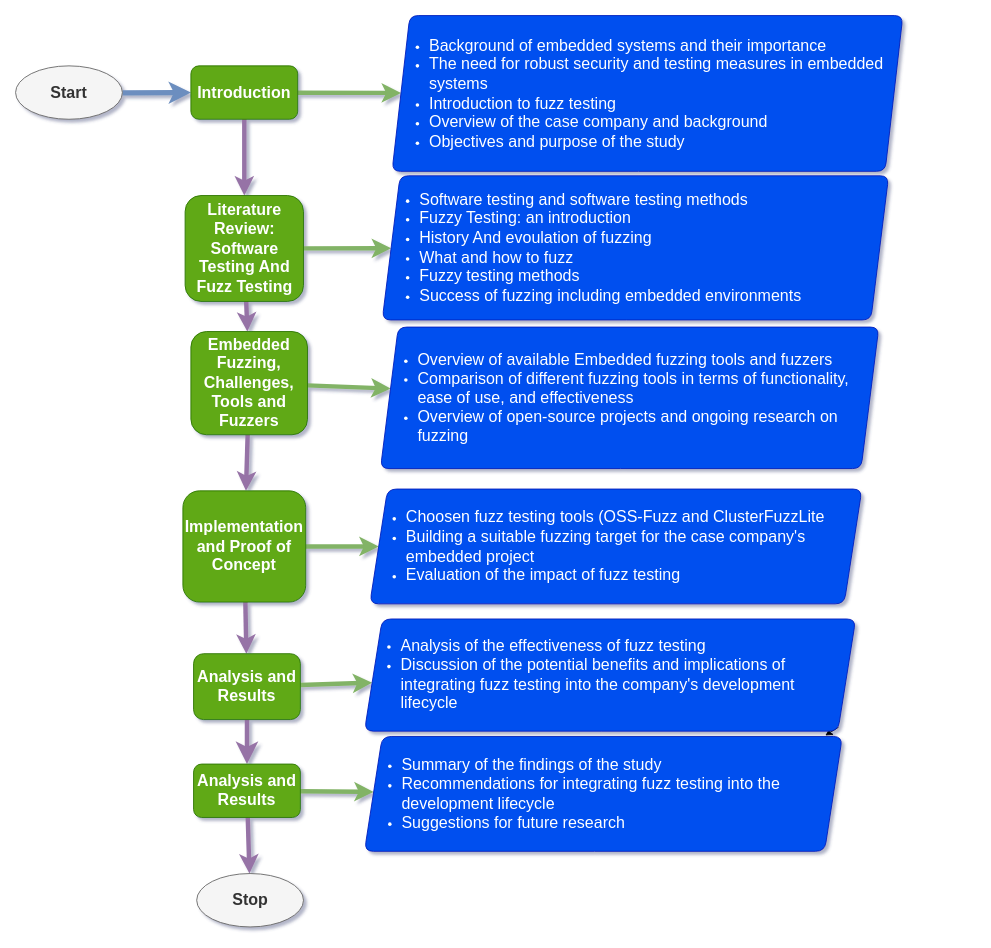
007bsd/metropolia-thesis-latex keeps this draw.io diagram as drawio/thesis_structure.drawio. Above is the earlier version. Source tidied: cells renumbered, new cells numbered last; positions are measured from the earlier drawing's top-left corner, leaving out a move shared by most shapes. Both pictures are drawn from the tidied source at 89%, with x=0, y=0 at pixel (15, 15).
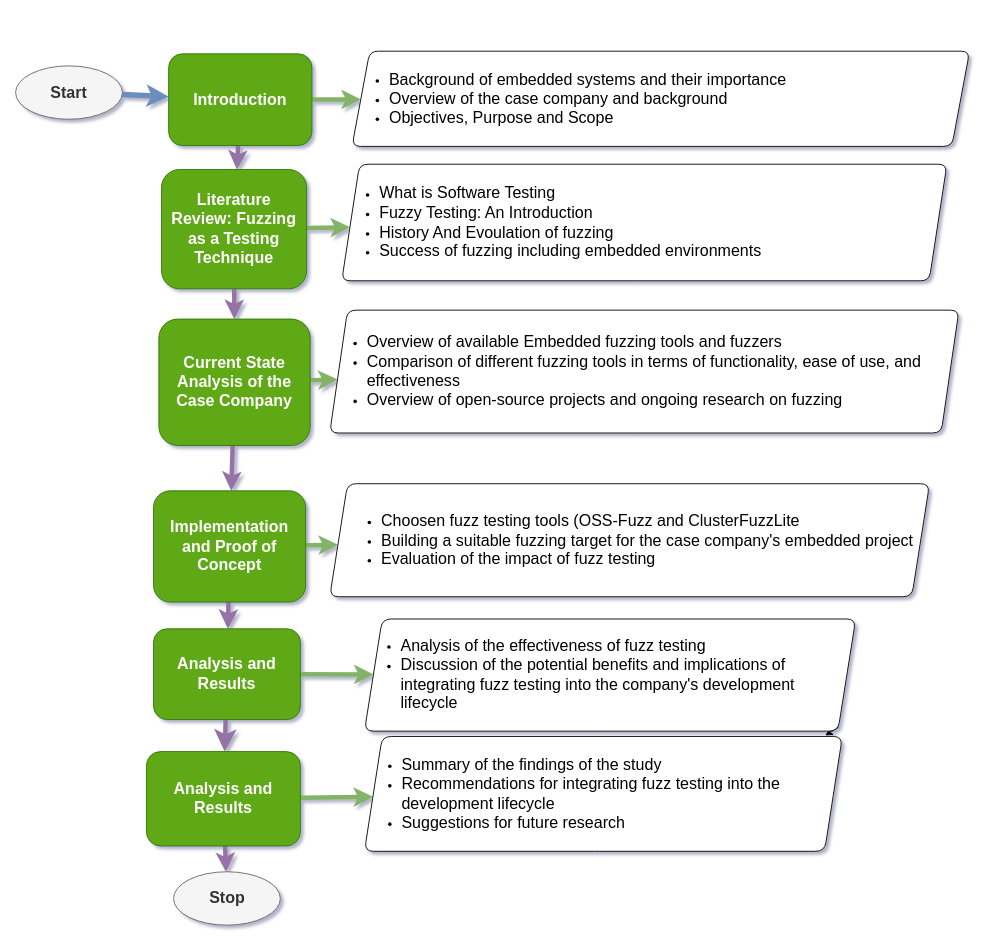
After the change.

What changed in the source:
```diff
@@
     <mxCell id="6" value="&lt;h4&gt;&lt;font style=&quot;font-size: 18px;&quot;&gt;Introduction&lt;/font&gt;&lt;/h4&gt;" style="rounded=1;whiteSpace=wrap;html=1;fillColor=#60a917;strokeColor=#2D7600;fontColor=#ffffff;" parent="1" vertex="1">
-      <mxGeometry x="197" y="56.5" width="120" height="60" as="geometry" />
+      <mxGeometry x="172" y="43" width="161" height="103" as="geometry" />
     </mxCell>
-    <mxCell id="7" value="&lt;ul&gt;&lt;li&gt;&lt;font style=&quot;font-size: 18px;&quot;&gt;Background of embedded systems and their importance&lt;br&gt;&lt;/font&gt;&lt;/li&gt;&lt;li&gt;&lt;font style=&quot;font-size: 18px;&quot;&gt;The need for robust security and testing measures in embedded systems&lt;br&gt;&lt;/font&gt;&lt;/li&gt;&lt;li&gt;&lt;font style=&quot;font-size: 18px;&quot;&gt;Introduction to fuzz testing&lt;br&gt;&lt;/font&gt;&lt;/li&gt;&lt;li&gt;&lt;font style=&quot;font-size: 18px;&quot;&gt;Overview of the case company and background&lt;br&gt;&lt;/font&gt;&lt;/li&gt;&lt;li&gt;&lt;font style=&quot;font-size: 18px;&quot;&gt;Objectives and purpose of the study&lt;/font&gt;&lt;br&gt;&lt;/li&gt;&lt;/ul&gt;" style="shape=parallelogram;perimeter=parallelogramPerimeter;whiteSpace=wrap;html=1;fixedSize=1;rounded=1;fontFamily=Helvetica;fontSize=14;align=left;arcSize=19;fillColor=#0050ef;fontColor=#ffffff;strokeColor=#001DBC;" parent="1" vertex="1">
-      <mxGeometry x="423" width="574" height="175" as="geometry" />
+    <mxCell id="7" value="&lt;ul&gt;&lt;li&gt;&lt;font style=&quot;font-size: 18px;&quot;&gt;Background of embedded systems and their importance&lt;/font&gt;&lt;/li&gt;&lt;li&gt;&lt;font style=&quot;font-size: 18px;&quot;&gt;Overview of the case company and background&lt;br&gt;&lt;/font&gt;&lt;/li&gt;&lt;li&gt;&lt;font style=&quot;font-size: 18px;&quot;&gt;Objectives, Purpose and Scope&lt;/font&gt;&lt;br&gt;&lt;/li&gt;&lt;/ul&gt;" style="shape=parallelogram;perimeter=parallelogramPerimeter;whiteSpace=wrap;html=1;fixedSize=1;rounded=1;fontFamily=Helvetica;fontSize=14;align=left;arcSize=19;shadow=0;" parent="1" vertex="1">
+      <mxGeometry x="378" y="40" width="694" height="107" as="geometry" />
     </mxCell>
@@
-    <mxCell id="10" value="&lt;h4&gt;&lt;font style=&quot;font-size: 18px;&quot;&gt;Literature Review: Software Testing And Fuzz Testing&lt;/font&gt;&lt;/h4&gt;" style="whiteSpace=wrap;html=1;rounded=1;fontFamily=Helvetica;fontSize=14;fillColor=#60a917;fontColor=#ffffff;strokeColor=#2D7600;" parent="1" vertex="1">
-      <mxGeometry x="190.5" y="202.2" width="133" height="119" as="geometry" />
+    <mxCell id="10" value="&lt;h4&gt;&lt;font style=&quot;font-size: 18px;&quot;&gt;Literature Review:&amp;nbsp;Fuzzing as a Testing Technique&lt;/font&gt;&lt;/h4&gt;" style="whiteSpace=wrap;html=1;rounded=1;fontFamily=Helvetica;fontSize=14;fillColor=#60a917;fontColor=#ffffff;strokeColor=#2D7600;" parent="1" vertex="1">
+      <mxGeometry x="164" y="173" width="163" height="134" as="geometry" />
     </mxCell>
-    <mxCell id="11" value="&lt;ul&gt;&lt;li&gt;&lt;font style=&quot;font-size: 18px;&quot;&gt;Software testing and software testing methods&lt;br&gt;&lt;/font&gt;&lt;/li&gt;&lt;li&gt;&lt;font style=&quot;font-size: 18px;&quot;&gt;Fuzzy Testing: an introduction&lt;/font&gt;&lt;/li&gt;&lt;li&gt;&lt;font style=&quot;font-size: 18px;&quot;&gt;History And evoulation of fuzzing&lt;/font&gt;&lt;/li&gt;&lt;li&gt;&lt;font style=&quot;font-size: 18px;&quot;&gt;What and how to fuzz&lt;br&gt;&lt;/font&gt;&lt;/li&gt;&lt;li&gt;&lt;font style=&quot;font-size: 18px;&quot;&gt;Fuzzy testing methods&lt;/font&gt;&lt;/li&gt;&lt;li&gt;&lt;font style=&quot;font-size: 18px;&quot;&gt;Success of fuzzing including embedded environments&lt;/font&gt;&lt;/li&gt;&lt;/ul&gt;" style="shape=parallelogram;perimeter=parallelogramPerimeter;whiteSpace=wrap;html=1;fixedSize=1;rounded=1;fontFamily=Helvetica;fontSize=14;align=left;arcSize=19;fillColor=#0050ef;fontColor=#ffffff;strokeColor=#001DBC;" parent="1" vertex="1">
-      <mxGeometry x="412" y="180" width="569" height="162" as="geometry" />
+    <mxCell id="11" value="&lt;ul&gt;&lt;li&gt;&lt;font style=&quot;font-size: 18px;&quot;&gt;What is Software Testing&lt;br&gt;&lt;/font&gt;&lt;/li&gt;&lt;li&gt;&lt;font style=&quot;font-size: 18px;&quot;&gt;Fuzzy Testing: An Introduction&lt;/font&gt;&lt;/li&gt;&lt;li&gt;&lt;font style=&quot;font-size: 18px;&quot;&gt;History And Evoulation of fuzzing&lt;/font&gt;&lt;/li&gt;&lt;li&gt;&lt;span style=&quot;font-size: 18px; background-color: initial;&quot;&gt;Success of fuzzing including embedded environments&lt;/span&gt;&lt;br&gt;&lt;/li&gt;&lt;/ul&gt;" style="shape=parallelogram;perimeter=parallelogramPerimeter;whiteSpace=wrap;html=1;fixedSize=1;rounded=1;fontFamily=Helvetica;fontSize=14;align=left;arcSize=19;" parent="1" vertex="1">
+      <mxGeometry x="366.5" y="167" width="680" height="131" as="geometry" />
     </mxCell>
@@
-    <mxCell id="14" value="&lt;h3&gt;&lt;font style=&quot;font-size: 18px;&quot;&gt;Embedded Fuzzing, Challenges, Tools and Fuzzers&lt;/font&gt;&lt;/h3&gt;" style="whiteSpace=wrap;html=1;fontSize=14;rounded=1;fontFamily=Helvetica;fillColor=#60a917;fontColor=#ffffff;strokeColor=#2D7600;" parent="1" vertex="1">
-      <mxGeometry x="197" y="355" width="131" height="116" as="geometry" />
+    <mxCell id="14" value="&lt;h3&gt;&lt;font style=&quot;font-size: 18px;&quot;&gt;Current State Analysis of the Case Company&lt;/font&gt;&lt;/h3&gt;" style="whiteSpace=wrap;html=1;fontSize=14;rounded=1;fontFamily=Helvetica;fillColor=#60a917;fontColor=#ffffff;strokeColor=#2D7600;" parent="1" vertex="1">
+      <mxGeometry x="161" y="341" width="170" height="142" as="geometry" />
     </mxCell>
-    <mxCell id="15" value="&lt;ul&gt;&lt;li&gt;&lt;font style=&quot;font-size: 18px;&quot;&gt;Overview of available Embedded fuzzing tools and fuzzers&lt;br&gt;&lt;/font&gt;&lt;/li&gt;&lt;li&gt;&lt;font style=&quot;font-size: 18px;&quot;&gt;Comparison of different fuzzing tools in terms of functionality, ease of use, and effectiveness&lt;br&gt;&lt;/font&gt;&lt;/li&gt;&lt;li&gt;&lt;font style=&quot;font-size: 18px;&quot;&gt;Overview of open-source projects and ongoing research on fuzzing&lt;/font&gt;&lt;br&gt;&lt;/li&gt;&lt;/ul&gt;" style="shape=parallelogram;perimeter=parallelogramPerimeter;whiteSpace=wrap;html=1;fixedSize=1;rounded=1;fontFamily=Helvetica;fontSize=14;align=left;arcSize=19;fillColor=#0050ef;fontColor=#ffffff;strokeColor=#001DBC;" parent="1" vertex="1">
-      <mxGeometry x="410" y="350" width="560" height="159" as="geometry" />
+    <mxCell id="15" value="&lt;ul&gt;&lt;li&gt;&lt;font style=&quot;font-size: 18px;&quot;&gt;Overview of available Embedded fuzzing tools and fuzzers&lt;br&gt;&lt;/font&gt;&lt;/li&gt;&lt;li&gt;&lt;font style=&quot;font-size: 18px;&quot;&gt;Comparison of different fuzzing tools in terms of functionality, ease of use, and effectiveness&lt;br&gt;&lt;/font&gt;&lt;/li&gt;&lt;li&gt;&lt;font style=&quot;font-size: 18px;&quot;&gt;Overview of open-source projects and ongoing research on fuzzing&lt;/font&gt;&lt;br&gt;&lt;/li&gt;&lt;/ul&gt;" style="shape=parallelogram;perimeter=parallelogramPerimeter;whiteSpace=wrap;html=1;fixedSize=1;rounded=1;fontFamily=Helvetica;fontSize=14;align=left;arcSize=19;" parent="1" vertex="1">
+      <mxGeometry x="353" y="331" width="707" height="138" as="geometry" />
     </mxCell>
@@
     <mxCell id="18" value="&lt;h3&gt;&lt;font style=&quot;font-size: 18px;&quot;&gt;Implementation and Proof of Concept&lt;/font&gt;&lt;/h3&gt;" style="whiteSpace=wrap;html=1;fontSize=14;rounded=1;fillColor=#60a917;fontColor=#ffffff;strokeColor=#2D7600;" parent="1" vertex="1">
-      <mxGeometry x="188" y="534" width="138" height="125" as="geometry" />
+      <mxGeometry x="155" y="534" width="171" height="125" as="geometry" />
     </mxCell>
-    <mxCell id="19" value="&lt;ul style=&quot;text-align: left;&quot;&gt;&lt;li&gt;&lt;font style=&quot;font-size: 18px;&quot;&gt;Choosen fuzz testing tools (OSS-Fuzz and&amp;nbsp;ClusterFuzzLite&lt;/font&gt;&lt;/li&gt;&lt;li&gt;&lt;font style=&quot;font-size: 18px;&quot;&gt;Building a suitable fuzzing target for the case company's embedded project&lt;br&gt;&lt;/font&gt;&lt;/li&gt;&lt;li&gt;&lt;font style=&quot;font-size: 18px;&quot;&gt;Evaluation of the impact of fuzz testing&lt;/font&gt;&lt;/li&gt;&lt;/ul&gt;" style="shape=parallelogram;perimeter=parallelogramPerimeter;whiteSpace=wrap;html=1;fixedSize=1;fontSize=14;rounded=1;fontFamily=Helvetica;fillColor=#0050ef;fontColor=#ffffff;strokeColor=#001DBC;" parent="1" vertex="1">
-      <mxGeometry x="398" y="532" width="553" height="129" as="geometry" />
+    <mxCell id="19" value="&lt;ul style=&quot;text-align: left;&quot;&gt;&lt;li&gt;&lt;font style=&quot;font-size: 18px;&quot;&gt;Choosen fuzz testing tools (OSS-Fuzz and&amp;nbsp;ClusterFuzzLite&lt;/font&gt;&lt;/li&gt;&lt;li&gt;&lt;font style=&quot;font-size: 18px;&quot;&gt;Building a suitable fuzzing target for the case company's embedded project&lt;br&gt;&lt;/font&gt;&lt;/li&gt;&lt;li&gt;&lt;font style=&quot;font-size: 18px;&quot;&gt;Evaluation of the impact of fuzz testing&lt;/font&gt;&lt;/li&gt;&lt;/ul&gt;" style="shape=parallelogram;perimeter=parallelogramPerimeter;whiteSpace=wrap;html=1;fixedSize=1;fontSize=14;rounded=1;fontFamily=Helvetica;" parent="1" vertex="1">
+      <mxGeometry x="353" y="526" width="674" height="127" as="geometry" />
     </mxCell>
@@
     <mxCell id="22" value="&lt;h3&gt;&lt;font style=&quot;font-size: 18px;&quot;&gt;Analysis and Results&lt;/font&gt;&lt;/h3&gt;" style="whiteSpace=wrap;html=1;fontSize=14;rounded=1;fontFamily=Helvetica;fillColor=#60a917;fontColor=#ffffff;strokeColor=#2D7600;" parent="1" vertex="1">
-      <mxGeometry x="200" y="717" width="120" height="74" as="geometry" />
+      <mxGeometry x="155" y="689" width="165" height="102" as="geometry" />
     </mxCell>
@@
-    <mxCell id="24" value="&lt;ul style=&quot;text-align: left;&quot;&gt;&lt;li&gt;&lt;font style=&quot;font-size: 18px;&quot;&gt;Analysis of the effectiveness of fuzz testing&lt;/font&gt;&lt;/li&gt;&lt;li&gt;&lt;font style=&quot;font-size: 18px;&quot;&gt;Discussion of the potential benefits and implications of integrating fuzz testing into the company's development lifecycle&lt;/font&gt;&lt;/li&gt;&lt;/ul&gt;" style="shape=parallelogram;perimeter=parallelogramPerimeter;whiteSpace=wrap;html=1;fixedSize=1;fontSize=14;rounded=1;fontFamily=Helvetica;fillColor=#0050ef;fontColor=#ffffff;strokeColor=#001DBC;" parent="1" vertex="1">
+    <mxCell id="24" value="&lt;ul style=&quot;text-align: left;&quot;&gt;&lt;li&gt;&lt;font style=&quot;font-size: 18px;&quot;&gt;Analysis of the effectiveness of fuzz testing&lt;/font&gt;&lt;/li&gt;&lt;li&gt;&lt;font style=&quot;font-size: 18px;&quot;&gt;Discussion of the potential benefits and implications of integrating fuzz testing into the company's development lifecycle&lt;/font&gt;&lt;/li&gt;&lt;/ul&gt;" style="shape=parallelogram;perimeter=parallelogramPerimeter;whiteSpace=wrap;html=1;fixedSize=1;fontSize=14;rounded=1;fontFamily=Helvetica;" parent="1" vertex="1">
       <mxGeometry x="392" y="678" width="552" height="126" as="geometry" />
     </mxCell>
@@
     <mxCell id="27" value="&lt;h3&gt;&lt;font style=&quot;font-size: 18px;&quot;&gt;Analysis and Results&lt;/font&gt;&lt;/h3&gt;" style="whiteSpace=wrap;html=1;fontSize=14;rounded=1;fontFamily=Helvetica;fillColor=#60a917;fontColor=#ffffff;strokeColor=#2D7600;" parent="1" vertex="1">
-      <mxGeometry x="200" y="841" width="120" height="60" as="geometry" />
+      <mxGeometry x="147" y="827" width="173" height="106" as="geometry" />
     </mxCell>
-    <mxCell id="28" value="&lt;ul style=&quot;&quot;&gt;&lt;li&gt;&lt;font style=&quot;font-size: 18px;&quot;&gt;Summary of the findings of the study&lt;/font&gt;&lt;/li&gt;&lt;li&gt;&lt;font style=&quot;font-size: 18px;&quot;&gt;Recommendations for integrating fuzz testing into the development lifecycle&lt;/font&gt;&lt;/li&gt;&lt;li&gt;&lt;font style=&quot;font-size: 18px;&quot;&gt;Suggestions for future research&lt;/font&gt;&lt;br&gt;&lt;/li&gt;&lt;/ul&gt;" style="shape=parallelogram;perimeter=parallelogramPerimeter;whiteSpace=wrap;html=1;fixedSize=1;fontSize=14;rounded=1;fontFamily=Helvetica;align=left;fillColor=#0050ef;fontColor=#ffffff;strokeColor=#001DBC;" parent="1" vertex="1">
+    <mxCell id="28" value="&lt;ul style=&quot;&quot;&gt;&lt;li&gt;&lt;font style=&quot;font-size: 18px;&quot;&gt;Summary of the findings of the study&lt;/font&gt;&lt;/li&gt;&lt;li&gt;&lt;font style=&quot;font-size: 18px;&quot;&gt;Recommendations for integrating fuzz testing into the development lifecycle&lt;/font&gt;&lt;/li&gt;&lt;li&gt;&lt;font style=&quot;font-size: 18px;&quot;&gt;Suggestions for future research&lt;/font&gt;&lt;br&gt;&lt;/li&gt;&lt;/ul&gt;" style="shape=parallelogram;perimeter=parallelogramPerimeter;whiteSpace=wrap;html=1;fixedSize=1;fontSize=14;rounded=1;fontFamily=Helvetica;align=left;" parent="1" vertex="1">
       <mxGeometry x="392" y="810" width="537" height="129" as="geometry" />
     </mxCell>
     <mxCell id="29" value="&lt;h4&gt;&lt;font style=&quot;font-size: 18px;&quot;&gt;Stop&lt;/font&gt;&lt;/h4&gt;" style="ellipse;whiteSpace=wrap;html=1;fillColor=#f5f5f5;fontColor=#333333;strokeColor=#666666;gradientColor=none;" parent="1" vertex="1">
-      <mxGeometry x="203.5" y="964" width="120" height="60" as="geometry" />
+      <mxGeometry x="177.5" y="962" width="120" height="60" as="geometry" />
     </mxCell>
```
